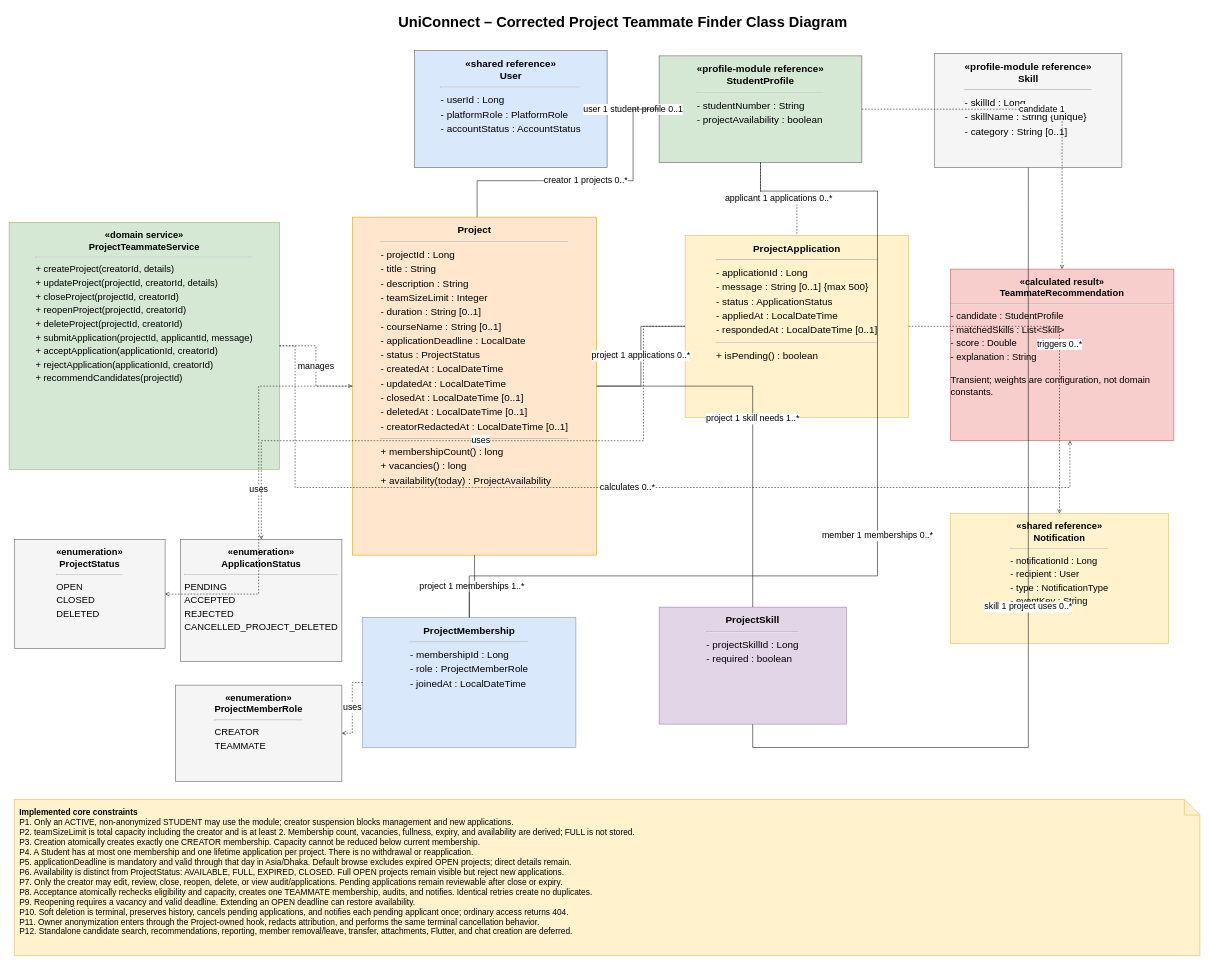
aymannondiny/SPL-II_UniConnect keeps this draw.io diagram as docs/diagrams/modules/Project_Teammate_Finder.drawio. Above is the earlier version. Source tidied: cells renumbered, new cells numbered last; positions are measured from the earlier drawing's top-left corner, leaving out a move shared by most shapes. Both pictures are drawn from the tidied source at 52%, with x=0, y=0 at pixel (9, 9).
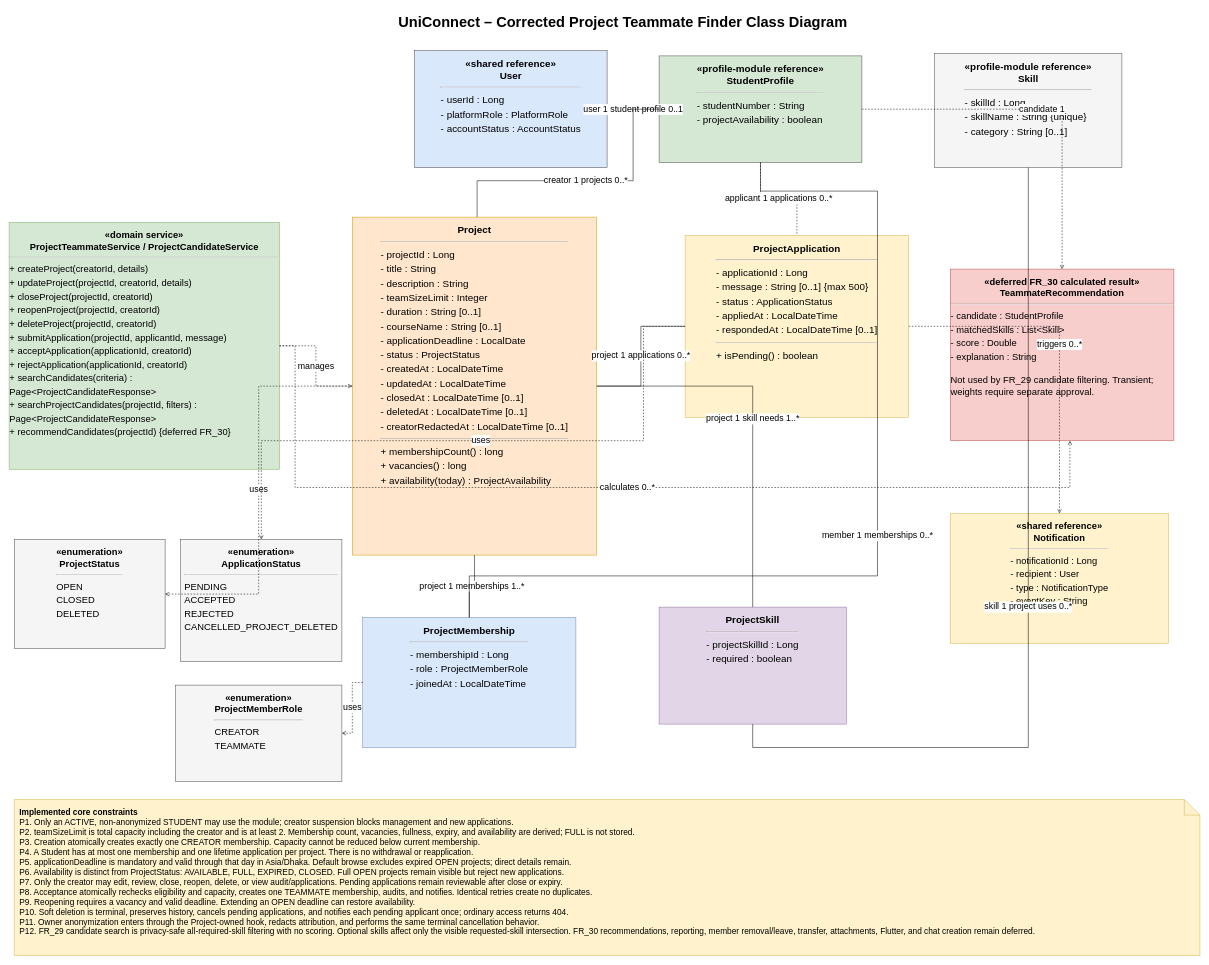
After the change.

The edit, as a diff of the source:
```diff
@@
-    <mxCell id="6" value="&lt;div&gt;&lt;b&gt;«domain service»&lt;br&gt;ProjectTeammateService&lt;/b&gt;&lt;/div&gt;&lt;hr&gt;&lt;div style=&quot;text-align:left;line-height:1.45;&quot;&gt;+ createProject(creatorId, details)&lt;br&gt;+ updateProject(projectId, creatorId, details)&lt;br&gt;+ closeProject(projectId, creatorId)&lt;br&gt;+ reopenProject(projectId, creatorId)&lt;br&gt;+ deleteProject(projectId, creatorId)&lt;br&gt;+ submitApplication(projectId, applicantId, message)&lt;br&gt;+ acceptApplication(applicationId, creatorId)&lt;br&gt;+ rejectApplication(applicationId, creatorId)&lt;br&gt;+ recommendCandidates(projectId)&lt;/div&gt;" style="rounded=0;whiteSpace=wrap;html=1;fillColor=#d5e8d4;strokeColor=#82b366;align=center;verticalAlign=top;spacingTop=8;fontFamily=Helvetica;fontSize=18;" parent="1" vertex="1">
+    <mxCell id="6" value="&lt;div&gt;&lt;b&gt;«domain service»&lt;br&gt;ProjectTeammateService / ProjectCandidateService&lt;/b&gt;&lt;/div&gt;&lt;hr&gt;&lt;div style=&quot;text-align:left;line-height:1.45;&quot;&gt;+ createProject(creatorId, details)&lt;br&gt;+ updateProject(projectId, creatorId, details)&lt;br&gt;+ closeProject(projectId, creatorId)&lt;br&gt;+ reopenProject(projectId, creatorId)&lt;br&gt;+ deleteProject(projectId, creatorId)&lt;br&gt;+ submitApplication(projectId, applicantId, message)&lt;br&gt;+ acceptApplication(applicationId, creatorId)&lt;br&gt;+ rejectApplication(applicationId, creatorId)&lt;br&gt;+ searchCandidates(criteria) : Page&amp;lt;ProjectCandidateResponse&amp;gt;&lt;br&gt;+ searchProjectCandidates(projectId, filters) : Page&amp;lt;ProjectCandidateResponse&amp;gt;&lt;br&gt;+ recommendCandidates(projectId) {deferred FR_30}&lt;/div&gt;" style="rounded=0;whiteSpace=wrap;html=1;fillColor=#d5e8d4;strokeColor=#82b366;align=center;verticalAlign=top;spacingTop=8;fontFamily=Helvetica;fontSize=18;" parent="1" vertex="1">
       <mxGeometry y="410" width="520" height="475" as="geometry" />
     </mxCell>
@@
-    <mxCell id="11" value="&lt;div&gt;&lt;b&gt;«calculated result»&lt;br&gt;TeammateRecommendation&lt;/b&gt;&lt;/div&gt;&lt;hr&gt;&lt;div style=&quot;text-align:left;line-height:1.45;&quot;&gt;- candidate : StudentProfile&lt;br&gt;- matchedSkills : List&amp;lt;Skill&amp;gt;&lt;br&gt;- score : Double&lt;br&gt;- explanation : String&lt;/div&gt;&lt;br&gt;&lt;div style=&quot;text-align:left;&quot;&gt;Transient; weights are configuration, not domain constants.&lt;/div&gt;" style="rounded=0;whiteSpace=wrap;html=1;fillColor=#f8cecc;strokeColor=#b85450;align=center;verticalAlign=top;spacingTop=8;fontFamily=Helvetica;fontSize=18;" parent="1" vertex="1">
+    <mxCell id="11" value="&lt;div&gt;&lt;b&gt;«deferred FR_30 calculated result»&lt;br&gt;TeammateRecommendation&lt;/b&gt;&lt;/div&gt;&lt;hr&gt;&lt;div style=&quot;text-align:left;line-height:1.45;&quot;&gt;- candidate : StudentProfile&lt;br&gt;- matchedSkills : List&amp;lt;Skill&amp;gt;&lt;br&gt;- score : Double&lt;br&gt;- explanation : String&lt;/div&gt;&lt;br&gt;&lt;div style=&quot;text-align:left;&quot;&gt;Not used by FR_29 candidate filtering. Transient; weights require separate approval.&lt;/div&gt;" style="rounded=0;whiteSpace=wrap;html=1;fillColor=#f8cecc;strokeColor=#b85450;align=center;verticalAlign=top;spacingTop=8;fontFamily=Helvetica;fontSize=18;" parent="1" vertex="1">
       <mxGeometry x="1810" y="500" width="430" height="330" as="geometry" />
     </mxCell>
@@
-    <mxCell id="16" value="&lt;b&gt;Implemented core constraints&lt;/b&gt;&lt;br&gt;P1. Only an ACTIVE, non-anonymized STUDENT may use the module; creator suspension blocks management and new applications.&lt;br&gt;P2. teamSizeLimit is total capacity including the creator and is at least 2. Membership count, vacancies, fullness, expiry, and availability are derived; FULL is not stored.&lt;br&gt;P3. Creation atomically creates exactly one CREATOR membership. Capacity cannot be reduced below current membership.&lt;br&gt;P4. A Student has at most one membership and one lifetime application per project. There is no withdrawal or reapplication.&lt;br&gt;P5. applicationDeadline is mandatory and valid through that day in Asia/Dhaka. Default browse excludes expired OPEN projects; direct details remain.&lt;br&gt;P6. Availability is distinct from ProjectStatus: AVAILABLE, FULL, EXPIRED, CLOSED. Full OPEN projects remain visible but reject new applications.&lt;br&gt;P7. Only the creator may edit, review, close, reopen, delete, or view audit/applications. Pending applications remain reviewable after close or expiry.&lt;br&gt;P8. Acceptance atomically rechecks eligibility and capacity, creates one TEAMMATE membership, audits, and notifies. Identical retries create no duplicates.&lt;br&gt;P9. Reopening requires a vacancy and valid deadline. Extending an OPEN deadline can restore availability.&lt;br&gt;P10. Soft deletion is terminal, preserves history, cancels pending applications, and notifies each pending applicant once; ordinary access returns 404.&lt;br&gt;P11. Owner anonymization enters through the Project-owned hook, redacts attribution, and performs the same terminal cancellation behavior.&lt;br&gt;P12. Standalone candidate search, recommendations, reporting, member removal/leave, transfer, attachments, Flutter, and chat creation are deferred." style="shape=note;whiteSpace=wrap;html=1;fillColor=#fff2cc;strokeColor=#d6b656;align=left;verticalAlign=top;spacing=10;fontFamily=Helvetica;fontSize=16;" parent="1" vertex="1">
+    <mxCell id="16" value="&lt;b&gt;Implemented core constraints&lt;/b&gt;&lt;br&gt;P1. Only an ACTIVE, non-anonymized STUDENT may use the module; creator suspension blocks management and new applications.&lt;br&gt;P2. teamSizeLimit is total capacity including the creator and is at least 2. Membership count, vacancies, fullness, expiry, and availability are derived; FULL is not stored.&lt;br&gt;P3. Creation atomically creates exactly one CREATOR membership. Capacity cannot be reduced below current membership.&lt;br&gt;P4. A Student has at most one membership and one lifetime application per project. There is no withdrawal or reapplication.&lt;br&gt;P5. applicationDeadline is mandatory and valid through that day in Asia/Dhaka. Default browse excludes expired OPEN projects; direct details remain.&lt;br&gt;P6. Availability is distinct from ProjectStatus: AVAILABLE, FULL, EXPIRED, CLOSED. Full OPEN projects remain visible but reject new applications.&lt;br&gt;P7. Only the creator may edit, review, close, reopen, delete, or view audit/applications. Pending applications remain reviewable after close or expiry.&lt;br&gt;P8. Acceptance atomically rechecks eligibility and capacity, creates one TEAMMATE membership, audits, and notifies. Identical retries create no duplicates.&lt;br&gt;P9. Reopening requires a vacancy and valid deadline. Extending an OPEN deadline can restore availability.&lt;br&gt;P10. Soft deletion is terminal, preserves history, cancels pending applications, and notifies each pending applicant once; ordinary access returns 404.&lt;br&gt;P11. Owner anonymization enters through the Project-owned hook, redacts attribution, and performs the same terminal cancellation behavior.&lt;br&gt;P12. FR_29 candidate search is privacy-safe all-required-skill filtering with no scoring. Optional skills affect only the visible requested-skill intersection. FR_30 recommendations, reporting, member removal/leave, transfer, attachments, Flutter, and chat creation remain deferred." style="shape=note;whiteSpace=wrap;html=1;fillColor=#fff2cc;strokeColor=#d6b656;align=left;verticalAlign=top;spacing=10;fontFamily=Helvetica;fontSize=16;" parent="1" vertex="1">
       <mxGeometry x="10" y="1520" width="2280" height="300" as="geometry" />
     </mxCell>
```
